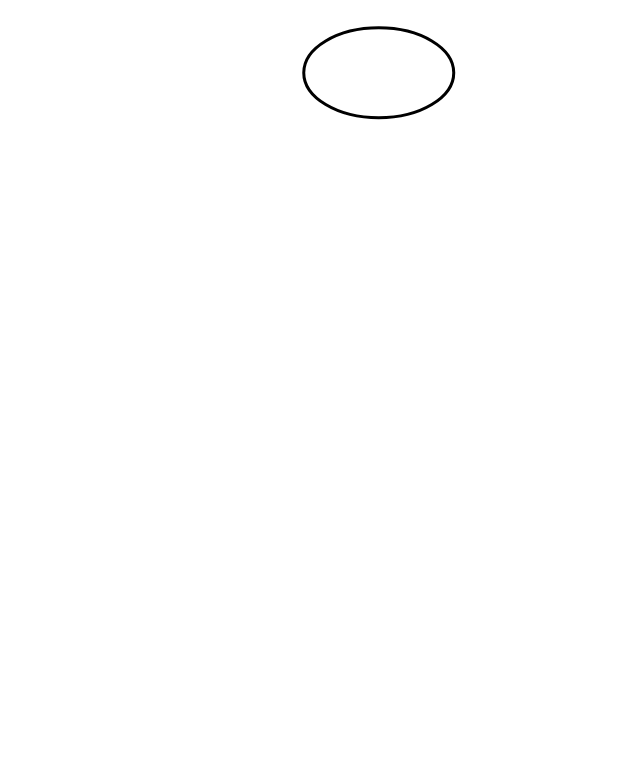
blykan/hello-world keeps this draw.io diagram as Untitled Diagram.drawio. Above is the earlier version. Source tidied: cells renumbered, new cells numbered last; positions are measured from the earlier drawing's top-left corner, leaving out a move shared by most shapes. Both pictures are drawn from the tidied source at 150%, with x=0, y=0 at pixel (303, 27).
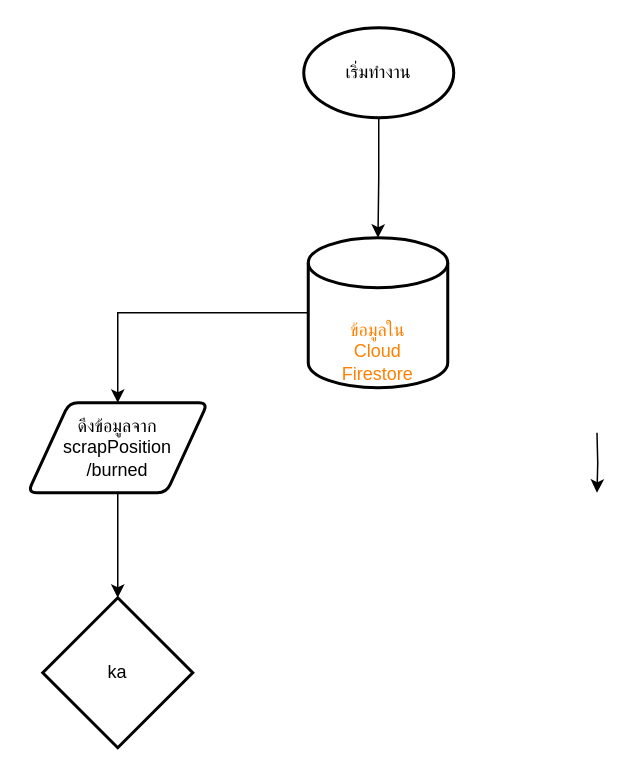
After the change.

The edit, as a diff of the source:
```diff
@@
 <mxGraphModel>
   <root>
     <mxCell id="0" />
     <mxCell id="1" parent="0" />
+    <mxCell id="3" style="edgeStyle=orthogonalEdgeStyle;rounded=0;orthogonalLoop=1;jettySize=auto;html=1;" parent="1" edge="1">
+      <mxGeometry relative="1" as="geometry">
+        <mxPoint x="195.5" y="270" as="sourcePoint" />
+        <mxPoint x="195.5" y="310" as="targetPoint" />
+      </mxGeometry>
+    </mxCell>
+    <mxCell id="4" style="edgeStyle=orthogonalEdgeStyle;rounded=0;jettySize=auto;html=1;entryX=0.5;entryY=0;entryDx=0;entryDy=0;entryPerimeter=0;" parent="1" edge="1" source="2" target="8">
+      <mxGeometry relative="1" as="geometry" />
+    </mxCell>
-    <mxCell id="2" style="strokeWidth=2;html=1;shape=mxgraph.flowchart.start_1;whiteSpace=wrap;" parent="1" vertex="1">
+    <mxCell id="2" value="เริ่มทำงาน" style="strokeWidth=2;html=1;shape=mxgraph.flowchart.start_1;whiteSpace=wrap;fontFamily=Kanit;FType=g;" parent="1" vertex="1">
       <mxGeometry width="100" height="60" as="geometry" />
     </mxCell>
+    <mxCell id="5" style="edgeStyle=orthogonalEdgeStyle;rounded=0;jettySize=auto;html=1;exitX=0.5;exitY=1;exitDx=0;exitDy=0;entryX=0.5;entryY=0;entryDx=0;entryDy=0;entryPerimeter=0;" parent="1" edge="1" source="6" target="9">
+      <mxGeometry relative="1" as="geometry" />
+    </mxCell>
+    <mxCell id="6" value="&lt;font face=&quot;Kanit&quot;&gt;ดึงข้อมูลจาก&lt;br&gt;scrapPosition&lt;br&gt;/burned&lt;br&gt;&lt;/font&gt;" style="shape=parallelogram;html=1;strokeWidth=2;perimeter=parallelogramPerimeter;whiteSpace=wrap;rounded=1;arcSize=12;size=0.23;" parent="1" vertex="1">
+      <mxGeometry x="-184" y="250" width="120" height="60" as="geometry" />
+    </mxCell>
+    <mxCell id="7" style="edgeStyle=orthogonalEdgeStyle;rounded=0;jettySize=auto;html=1;entryX=0.5;entryY=0;entryDx=0;entryDy=0;" parent="1" edge="1" source="8" target="6">
+      <mxGeometry relative="1" as="geometry" />
+    </mxCell>
+    <mxCell id="8" value="&lt;font face=&quot;Kanit&quot; color=&quot;#ff8000&quot;&gt;ข้อมูลใน&lt;br&gt;Cloud&lt;br&gt;Firestore&lt;br&gt;&lt;/font&gt;" style="strokeWidth=2;html=1;shape=mxgraph.flowchart.database;whiteSpace=wrap;verticalAlign=bottom;textDirection=ltr;horizontal=1;" parent="1" vertex="1">
+      <mxGeometry x="3" y="140" width="93" height="100" as="geometry" />
+    </mxCell>
+    <mxCell id="9" value="ka" style="strokeWidth=2;html=1;shape=mxgraph.flowchart.decision;whiteSpace=wrap;" parent="1" vertex="1">
+      <mxGeometry x="-174" y="380" width="100" height="100" as="geometry" />
+    </mxCell>
   </root>
 </mxGraphModel>
```
